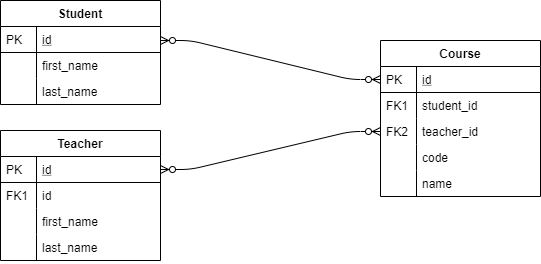
The draw.io diagram schoolsystem/src/main/resources/other/relationshipDiagram.png in abelandk/schoolsystem, before a commit. Source tidied: cells renumbered, new cells last; positions are measured from the earlier drawing's top-left corner, leaving out a move shared by most shapes. The source it was exported from:
```xml
<mxGraphModel>
  <root>
    <mxCell id="0" />
    <mxCell id="1" parent="0" />
    <mxCell id="2" value="Student" style="swimlane;fontStyle=1;horizontal=1;startSize=26;rounded=0;shadow=0;strokeWidth=1;" parent="1" vertex="1">
      <mxGeometry width="160" height="104" as="geometry" />
    </mxCell>
    <mxCell id="3" style="edgeStyle=entityRelationEdgeStyle;fontSize=12;html=1;endArrow=ERzeroToMany;endFill=1;startArrow=ERzeroToMany;entryX=0;entryY=0.5;entryDx=0;entryDy=0;" parent="2" edge="1" target="21">
      <mxGeometry relative="1" as="geometry">
        <mxPoint x="160" y="40" as="sourcePoint" />
      </mxGeometry>
    </mxCell>
    <mxCell id="4" value="id" style="shape=partialRectangle;top=0;left=0;right=0;bottom=1;align=left;verticalAlign=top;fillColor=none;spacingLeft=40;spacingRight=4;overflow=hidden;rounded=0;shadow=0;strokeWidth=1;fontStyle=4;" parent="2" vertex="1">
      <mxGeometry y="26" width="160" height="26" as="geometry" />
    </mxCell>
    <mxCell id="5" value="PK" style="shape=partialRectangle;top=0;left=0;bottom=0;fillColor=none;align=left;verticalAlign=top;spacingLeft=4;spacingRight=4;overflow=hidden;" parent="4" vertex="1">
      <mxGeometry width="36" height="26" as="geometry" />
    </mxCell>
    <mxCell id="6" value="first_name" style="shape=partialRectangle;top=0;left=0;right=0;bottom=0;align=left;verticalAlign=top;fillColor=none;spacingLeft=40;spacingRight=4;overflow=hidden;rounded=0;shadow=0;strokeWidth=1;" parent="2" vertex="1">
      <mxGeometry y="52" width="160" height="26" as="geometry" />
    </mxCell>
    <mxCell id="7" style="shape=partialRectangle;top=0;left=0;bottom=0;fillColor=none;align=left;verticalAlign=top;spacingLeft=4;spacingRight=4;overflow=hidden;" parent="6" vertex="1">
      <mxGeometry width="36" height="26" as="geometry" />
    </mxCell>
    <mxCell id="8" value="last_name" style="shape=partialRectangle;top=0;left=0;right=0;bottom=0;align=left;verticalAlign=top;fillColor=none;spacingLeft=40;spacingRight=4;overflow=hidden;rounded=0;shadow=0;strokeWidth=1;" parent="2" vertex="1">
      <mxGeometry y="78" width="160" height="26" as="geometry" />
    </mxCell>
    <mxCell id="9" style="shape=partialRectangle;top=0;left=0;bottom=0;fillColor=none;align=left;verticalAlign=top;spacingLeft=4;spacingRight=4;overflow=hidden;" parent="8" vertex="1">
      <mxGeometry width="36" height="26" as="geometry" />
    </mxCell>
    <mxCell id="10" style="edgeStyle=entityRelationEdgeStyle;fontSize=12;html=1;endArrow=ERzeroToMany;endFill=1;startArrow=ERzeroToMany;exitX=1;exitY=0.5;exitDx=0;exitDy=0;entryX=0;entryY=0.5;entryDx=0;entryDy=0;" parent="1" edge="1" source="12" target="25">
      <mxGeometry relative="1" as="geometry" />
    </mxCell>
    <mxCell id="11" value="Teacher" style="swimlane;fontStyle=1;horizontal=1;startSize=26;rounded=0;shadow=0;strokeWidth=1;" parent="1" vertex="1">
      <mxGeometry y="130" width="160" height="130" as="geometry" />
    </mxCell>
    <mxCell id="12" value="id" style="shape=partialRectangle;top=0;left=0;right=0;bottom=1;align=left;verticalAlign=top;fillColor=none;spacingLeft=40;spacingRight=4;overflow=hidden;points=[[0,0.5],[1,0.5]];portConstraint=eastwest;rounded=0;shadow=0;strokeWidth=1;fontStyle=4;" parent="11" vertex="1">
      <mxGeometry y="26" width="160" height="26" as="geometry" />
    </mxCell>
    <mxCell id="13" value="PK" style="shape=partialRectangle;top=0;left=0;bottom=0;fillColor=none;align=left;verticalAlign=top;spacingLeft=4;spacingRight=4;overflow=hidden;" parent="12" vertex="1">
      <mxGeometry width="36" height="26" as="geometry" />
    </mxCell>
    <mxCell id="14" value="id" style="shape=partialRectangle;top=0;left=0;right=0;bottom=0;align=left;verticalAlign=top;fillColor=none;spacingLeft=40;spacingRight=4;overflow=hidden;rounded=0;shadow=0;strokeWidth=1;" parent="11" vertex="1">
      <mxGeometry y="52" width="160" height="26" as="geometry" />
    </mxCell>
    <mxCell id="15" value="FK1" style="shape=partialRectangle;top=0;left=0;bottom=0;fillColor=none;align=left;verticalAlign=top;spacingLeft=4;spacingRight=4;overflow=hidden;" parent="14" vertex="1">
      <mxGeometry width="36" height="26" as="geometry" />
    </mxCell>
    <mxCell id="16" value="first_name" style="shape=partialRectangle;top=0;left=0;right=0;bottom=0;align=left;verticalAlign=top;fillColor=none;spacingLeft=40;spacingRight=4;overflow=hidden;rounded=0;shadow=0;strokeWidth=1;" parent="11" vertex="1">
      <mxGeometry y="78" width="160" height="26" as="geometry" />
    </mxCell>
    <mxCell id="17" style="shape=partialRectangle;top=0;left=0;bottom=0;fillColor=none;align=left;verticalAlign=top;spacingLeft=4;spacingRight=4;overflow=hidden;" parent="16" vertex="1">
      <mxGeometry width="36" height="26" as="geometry" />
    </mxCell>
    <mxCell id="18" value="last_name" style="shape=partialRectangle;top=0;left=0;right=0;bottom=0;align=left;verticalAlign=top;fillColor=none;spacingLeft=40;spacingRight=4;overflow=hidden;rounded=0;shadow=0;strokeWidth=1;" parent="11" vertex="1">
      <mxGeometry y="104" width="160" height="26" as="geometry" />
    </mxCell>
    <mxCell id="19" style="shape=partialRectangle;top=0;left=0;bottom=0;fillColor=none;align=left;verticalAlign=top;spacingLeft=4;spacingRight=4;overflow=hidden;" parent="18" vertex="1">
      <mxGeometry width="36" height="26" as="geometry" />
    </mxCell>
    <mxCell id="20" value="Course" style="swimlane;fontStyle=1;horizontal=1;startSize=26;rounded=0;shadow=0;strokeWidth=1;" parent="1" vertex="1">
      <mxGeometry x="380" y="40" width="160" height="156" as="geometry" />
    </mxCell>
    <mxCell id="21" value="id" style="shape=partialRectangle;top=0;left=0;right=0;bottom=1;align=left;verticalAlign=top;fillColor=none;spacingLeft=40;spacingRight=4;overflow=hidden;points=[[0,0.5],[1,0.5]];portConstraint=eastwest;rounded=0;shadow=0;strokeWidth=1;fontStyle=4;" parent="20" vertex="1">
      <mxGeometry y="26" width="160" height="26" as="geometry" />
    </mxCell>
    <mxCell id="22" value="PK" style="shape=partialRectangle;top=0;left=0;bottom=0;fillColor=none;align=left;verticalAlign=top;spacingLeft=4;spacingRight=4;overflow=hidden;" parent="21" vertex="1">
      <mxGeometry width="36" height="26" as="geometry" />
    </mxCell>
    <mxCell id="23" value="student_id" style="shape=partialRectangle;top=0;left=0;right=0;bottom=0;align=left;verticalAlign=top;fillColor=none;spacingLeft=40;spacingRight=4;overflow=hidden;points=[[0,0.5],[1,0.5]];portConstraint=eastwest;rounded=0;shadow=0;strokeWidth=1;" parent="20" vertex="1">
      <mxGeometry y="52" width="160" height="26" as="geometry" />
    </mxCell>
    <mxCell id="24" value="FK1" style="shape=partialRectangle;top=0;left=0;bottom=0;fillColor=none;align=left;verticalAlign=top;spacingLeft=4;spacingRight=4;overflow=hidden;" parent="23" vertex="1">
      <mxGeometry width="36" height="26" as="geometry" />
    </mxCell>
    <mxCell id="25" value="teacher_id" style="shape=partialRectangle;top=0;left=0;right=0;bottom=0;align=left;verticalAlign=top;fillColor=none;spacingLeft=40;spacingRight=4;overflow=hidden;points=[[0,0.5],[1,0.5]];portConstraint=eastwest;rounded=0;shadow=0;strokeWidth=1;" parent="20" vertex="1">
      <mxGeometry y="78" width="160" height="26" as="geometry" />
    </mxCell>
    <mxCell id="26" value="FK2" style="shape=partialRectangle;top=0;left=0;bottom=0;fillColor=none;align=left;verticalAlign=top;spacingLeft=4;spacingRight=4;overflow=hidden;" parent="25" vertex="1">
      <mxGeometry width="36" height="26" as="geometry" />
    </mxCell>
    <mxCell id="27" value="code" style="shape=partialRectangle;top=0;left=0;right=0;bottom=0;align=left;verticalAlign=top;fillColor=none;spacingLeft=40;spacingRight=4;overflow=hidden;rounded=0;shadow=0;strokeWidth=1;" parent="20" vertex="1">
      <mxGeometry y="104" width="160" height="26" as="geometry" />
    </mxCell>
    <mxCell id="28" style="shape=partialRectangle;top=0;left=0;bottom=0;fillColor=none;align=left;verticalAlign=top;spacingLeft=4;spacingRight=4;overflow=hidden;" parent="27" vertex="1">
      <mxGeometry width="36" height="26" as="geometry" />
    </mxCell>
    <mxCell id="29" value="name" style="shape=partialRectangle;top=0;left=0;right=0;bottom=0;align=left;verticalAlign=top;fillColor=none;spacingLeft=40;spacingRight=4;overflow=hidden;rounded=0;shadow=0;strokeWidth=1;" parent="20" vertex="1">
      <mxGeometry y="130" width="160" height="26" as="geometry" />
    </mxCell>
    <mxCell id="30" style="shape=partialRectangle;top=0;left=0;bottom=0;fillColor=none;align=left;verticalAlign=top;spacingLeft=4;spacingRight=4;overflow=hidden;" parent="29" vertex="1">
      <mxGeometry width="36" height="26" as="geometry" />
    </mxCell>
  </root>
</mxGraphModel>
```
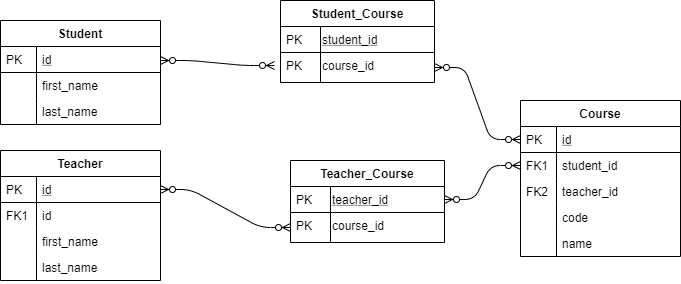
After the change.

What changed in the source:
```diff
@@ -5,9 +5,10 @@
     <mxCell id="2" value="Student" style="swimlane;fontStyle=1;horizontal=1;startSize=26;rounded=0;shadow=0;strokeWidth=1;" parent="1" vertex="1">
       <mxGeometry width="160" height="104" as="geometry" />
     </mxCell>
-    <mxCell id="3" style="edgeStyle=entityRelationEdgeStyle;fontSize=12;html=1;endArrow=ERzeroToMany;endFill=1;startArrow=ERzeroToMany;entryX=0;entryY=0.5;entryDx=0;entryDy=0;" parent="2" edge="1" target="21">
+    <mxCell id="3" style="edgeStyle=entityRelationEdgeStyle;fontSize=12;html=1;endArrow=ERzeroToMany;endFill=1;startArrow=ERzeroToMany;entryX=0;entryY=0.5;entryDx=0;entryDy=0;" parent="2" edge="1">
       <mxGeometry relative="1" as="geometry">
         <mxPoint x="160" y="40" as="sourcePoint" />
+        <mxPoint x="274" y="45" as="targetPoint" />
       </mxGeometry>
     </mxCell>
     <mxCell id="4" value="id" style="shape=partialRectangle;top=0;left=0;right=0;bottom=1;align=left;verticalAlign=top;fillColor=none;spacingLeft=40;spacingRight=4;overflow=hidden;rounded=0;shadow=0;strokeWidth=1;fontStyle=4;" parent="2" vertex="1">
@@ -28,7 +29,7 @@
     <mxCell id="9" style="shape=partialRectangle;top=0;left=0;bottom=0;fillColor=none;align=left;verticalAlign=top;spacingLeft=4;spacingRight=4;overflow=hidden;" parent="8" vertex="1">
       <mxGeometry width="36" height="26" as="geometry" />
     </mxCell>
-    <mxCell id="10" style="edgeStyle=entityRelationEdgeStyle;fontSize=12;html=1;endArrow=ERzeroToMany;endFill=1;startArrow=ERzeroToMany;exitX=1;exitY=0.5;exitDx=0;exitDy=0;entryX=0;entryY=0.5;entryDx=0;entryDy=0;" parent="1" edge="1" source="12" target="25">
+    <mxCell id="10" style="edgeStyle=entityRelationEdgeStyle;fontSize=12;html=1;endArrow=ERzeroToMany;endFill=1;startArrow=ERzeroToMany;exitX=1;exitY=0.5;exitDx=0;exitDy=0;entryX=0;entryY=0.5;entryDx=0;entryDy=0;" parent="1" edge="1" source="12" target="40">
       <mxGeometry relative="1" as="geometry" />
     </mxCell>
     <mxCell id="11" value="Teacher" style="swimlane;fontStyle=1;horizontal=1;startSize=26;rounded=0;shadow=0;strokeWidth=1;" parent="1" vertex="1">
@@ -59,7 +60,7 @@
       <mxGeometry width="36" height="26" as="geometry" />
     </mxCell>
     <mxCell id="20" value="Course" style="swimlane;fontStyle=1;horizontal=1;startSize=26;rounded=0;shadow=0;strokeWidth=1;" parent="1" vertex="1">
-      <mxGeometry x="380" y="40" width="160" height="156" as="geometry" />
+      <mxGeometry x="520" y="80" width="160" height="156" as="geometry" />
     </mxCell>
     <mxCell id="21" value="id" style="shape=partialRectangle;top=0;left=0;right=0;bottom=1;align=left;verticalAlign=top;fillColor=none;spacingLeft=40;spacingRight=4;overflow=hidden;points=[[0,0.5],[1,0.5]];portConstraint=eastwest;rounded=0;shadow=0;strokeWidth=1;fontStyle=4;" parent="20" vertex="1">
       <mxGeometry y="26" width="160" height="26" as="geometry" />
@@ -91,5 +92,43 @@
     <mxCell id="30" style="shape=partialRectangle;top=0;left=0;bottom=0;fillColor=none;align=left;verticalAlign=top;spacingLeft=4;spacingRight=4;overflow=hidden;" parent="29" vertex="1">
       <mxGeometry width="36" height="26" as="geometry" />
     </mxCell>
+    <mxCell id="31" value="Student_Course" style="swimlane;fontStyle=1;horizontal=1;startSize=26;rounded=0;shadow=0;strokeWidth=1;" parent="1" vertex="1">
+      <mxGeometry x="280" y="-20" width="154" height="82" as="geometry" />
+    </mxCell>
+    <mxCell id="32" value="student_id" style="shape=partialRectangle;top=0;left=0;right=0;bottom=1;align=left;verticalAlign=top;fillColor=none;spacingLeft=40;spacingRight=4;overflow=hidden;rounded=0;shadow=0;strokeWidth=1;fontStyle=4;" parent="31" vertex="1">
+      <mxGeometry y="26" width="154" height="26" as="geometry" />
+    </mxCell>
+    <mxCell id="33" value="PK" style="shape=partialRectangle;top=0;left=0;bottom=0;fillColor=none;align=left;verticalAlign=top;spacingLeft=4;spacingRight=4;overflow=hidden;" parent="32" vertex="1">
+      <mxGeometry width="40" height="26" as="geometry" />
+    </mxCell>
+    <mxCell id="34" value="course_id" style="shape=partialRectangle;top=0;left=0;right=0;bottom=0;align=left;verticalAlign=top;fillColor=none;spacingLeft=40;spacingRight=4;overflow=hidden;points=[[0,0.5],[1,0.5]];portConstraint=eastwest;rounded=0;shadow=0;strokeWidth=1;" parent="31" vertex="1">
+      <mxGeometry y="52" width="154" height="30" as="geometry" />
+    </mxCell>
+    <mxCell id="35" value="PK" style="shape=partialRectangle;top=0;left=0;bottom=0;fillColor=none;align=left;verticalAlign=top;spacingLeft=4;spacingRight=4;overflow=hidden;" parent="34" vertex="1">
+      <mxGeometry width="40" height="30" as="geometry" />
+    </mxCell>
+    <mxCell id="36" style="edgeStyle=entityRelationEdgeStyle;fontSize=12;html=1;endArrow=ERzeroToMany;endFill=1;startArrow=ERzeroToMany;exitX=1;exitY=0.5;exitDx=0;exitDy=0;" parent="1" edge="1" source="34">
+      <mxGeometry relative="1" as="geometry">
+        <mxPoint x="520" y="119" as="targetPoint" />
+      </mxGeometry>
+    </mxCell>
+    <mxCell id="37" value="Teacher_Course" style="swimlane;fontStyle=1;horizontal=1;startSize=26;rounded=0;shadow=0;strokeWidth=1;" parent="1" vertex="1">
+      <mxGeometry x="290" y="140" width="154" height="82" as="geometry" />
+    </mxCell>
+    <mxCell id="38" value="teacher_id" style="shape=partialRectangle;top=0;left=0;right=0;bottom=1;align=left;verticalAlign=top;fillColor=none;spacingLeft=40;spacingRight=4;overflow=hidden;points=[[0,0.5],[1,0.5]];portConstraint=eastwest;rounded=0;shadow=0;strokeWidth=1;fontStyle=4;" parent="37" vertex="1">
+      <mxGeometry y="26" width="154" height="26" as="geometry" />
+    </mxCell>
+    <mxCell id="39" value="PK" style="shape=partialRectangle;top=0;left=0;bottom=0;fillColor=none;align=left;verticalAlign=top;spacingLeft=4;spacingRight=4;overflow=hidden;" parent="38" vertex="1">
+      <mxGeometry width="40" height="26" as="geometry" />
+    </mxCell>
+    <mxCell id="40" value="course_id" style="shape=partialRectangle;top=0;left=0;right=0;bottom=0;align=left;verticalAlign=top;fillColor=none;spacingLeft=40;spacingRight=4;overflow=hidden;points=[[0,0.5],[1,0.5]];portConstraint=eastwest;rounded=0;shadow=0;strokeWidth=1;" parent="37" vertex="1">
+      <mxGeometry y="52" width="154" height="30" as="geometry" />
+    </mxCell>
+    <mxCell id="41" value="PK" style="shape=partialRectangle;top=0;left=0;bottom=0;fillColor=none;align=left;verticalAlign=top;spacingLeft=4;spacingRight=4;overflow=hidden;" parent="40" vertex="1">
+      <mxGeometry width="40" height="30" as="geometry" />
+    </mxCell>
+    <mxCell id="42" style="edgeStyle=entityRelationEdgeStyle;fontSize=12;html=1;endArrow=ERzeroToMany;endFill=1;startArrow=ERzeroToMany;exitX=1;exitY=0.5;exitDx=0;exitDy=0;entryX=0;entryY=0.5;entryDx=0;entryDy=0;" parent="1" edge="1" source="38" target="23">
+      <mxGeometry relative="1" as="geometry" />
+    </mxCell>
   </root>
 </mxGraphModel>
```
